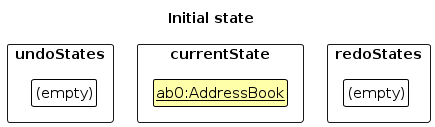
Before: diagrams/UndoRedoState0.png, a diagram exported from PlantUML (AY2627S1-CS2103T-F15-3/tp). Its source is kept beside it as diagrams/UndoRedoState0.puml. The source it was exported from:
```plantuml
@startuml
!include style.puml
skinparam ClassFontColor #000000
skinparam ClassBorderColor #000000
skinparam ClassBackgroundColor #FFFFAA

title Initial state

package "undoStates" <<rectangle>> {
    class UE as "(empty)" #FFFFFF
}

package "currentState" <<rectangle>> {
    class C as "<u>ab0:AddressBook</u>"
}

package "redoStates" <<rectangle>> {
    class RE as "(empty)" #FFFFFF
}

UE -[hidden]right-> C
C -[hidden]right-> RE
@enduml
```
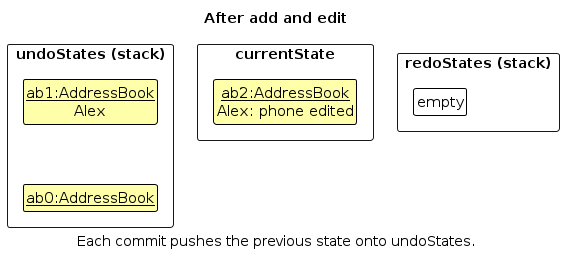
Above is the later version.

Change to the diagram source:
```diff
@@ -4,20 +4,24 @@
 skinparam ClassBorderColor #000000
 skinparam ClassBackgroundColor #FFFFAA
 
-title Initial state
+title After add and edit
 
-package "undoStates" <<rectangle>> {
-    class UE as "(empty)" #FFFFFF
+package "undoStates (stack)" <<rectangle>> {
+    class U0 as "<u>ab1:AddressBook</u>\nAlex"
+    class U1 as "<u>ab0:AddressBook</u>"
 }
 
 package "currentState" <<rectangle>> {
-    class C as "<u>ab0:AddressBook</u>"
+    class C as "<u>ab2:AddressBook</u>\nAlex: phone edited"
 }
 
-package "redoStates" <<rectangle>> {
-    class RE as "(empty)" #FFFFFF
+package "redoStates (stack)" <<rectangle>> {
+    class RE as "empty" #FFFFFF
 }
 
-UE -[hidden]right-> C
+U0 -[hidden]down-> U1
+U0 -[hidden]right-> C
 C -[hidden]right-> RE
+
+caption Each commit pushes the previous state onto undoStates.
 @enduml
```
